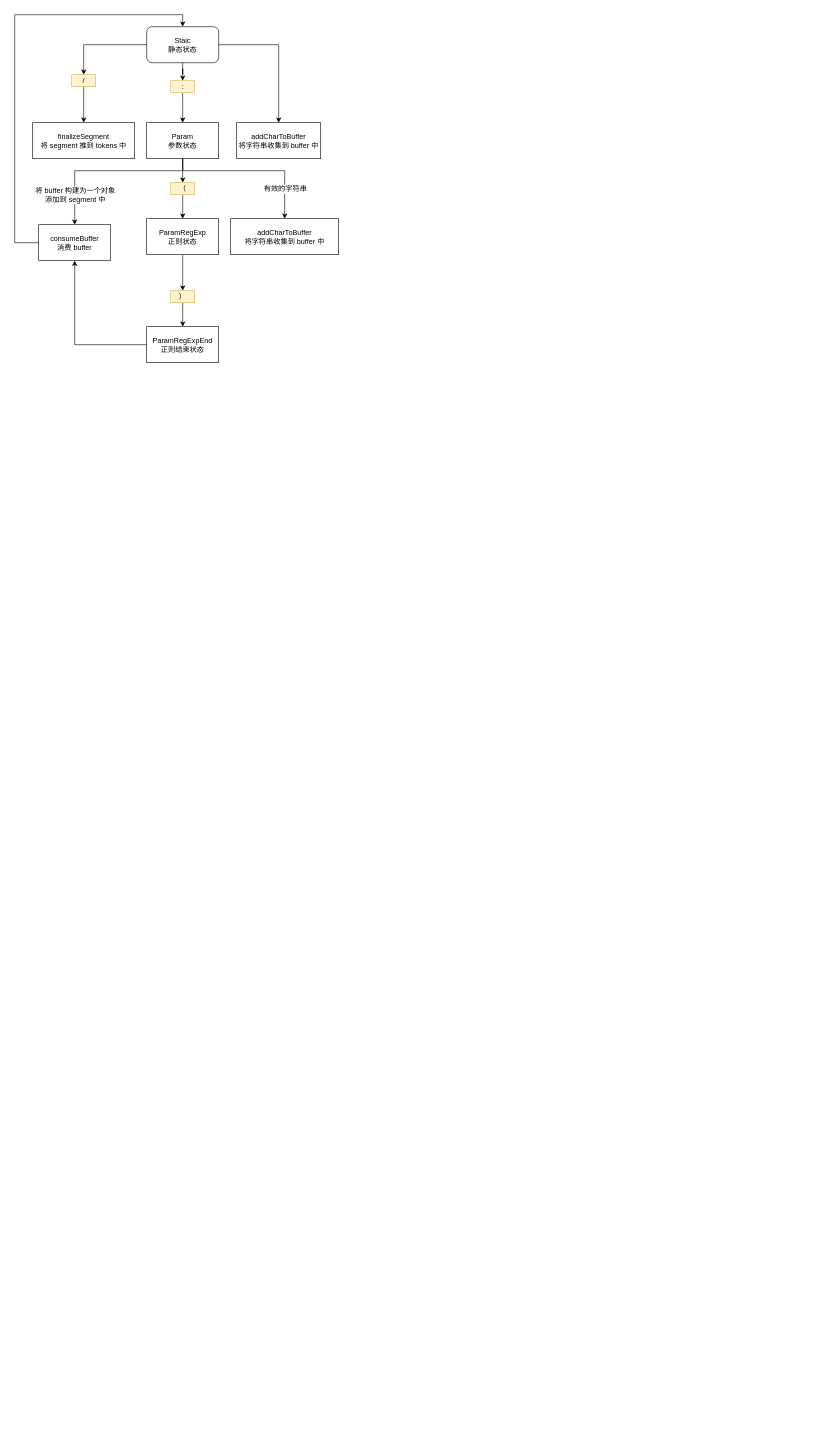
coder-guanxy/blog keeps this draw.io diagram as src/vue/router/router.drawio. Above is the earlier version. Source tidied: cells renumbered, new cells numbered last; positions are measured from the earlier drawing's top-left corner, leaving out a move shared by most shapes. Both pictures are drawn from the tidied source at 60%, with x=0, y=0 at pixel (14, 14).
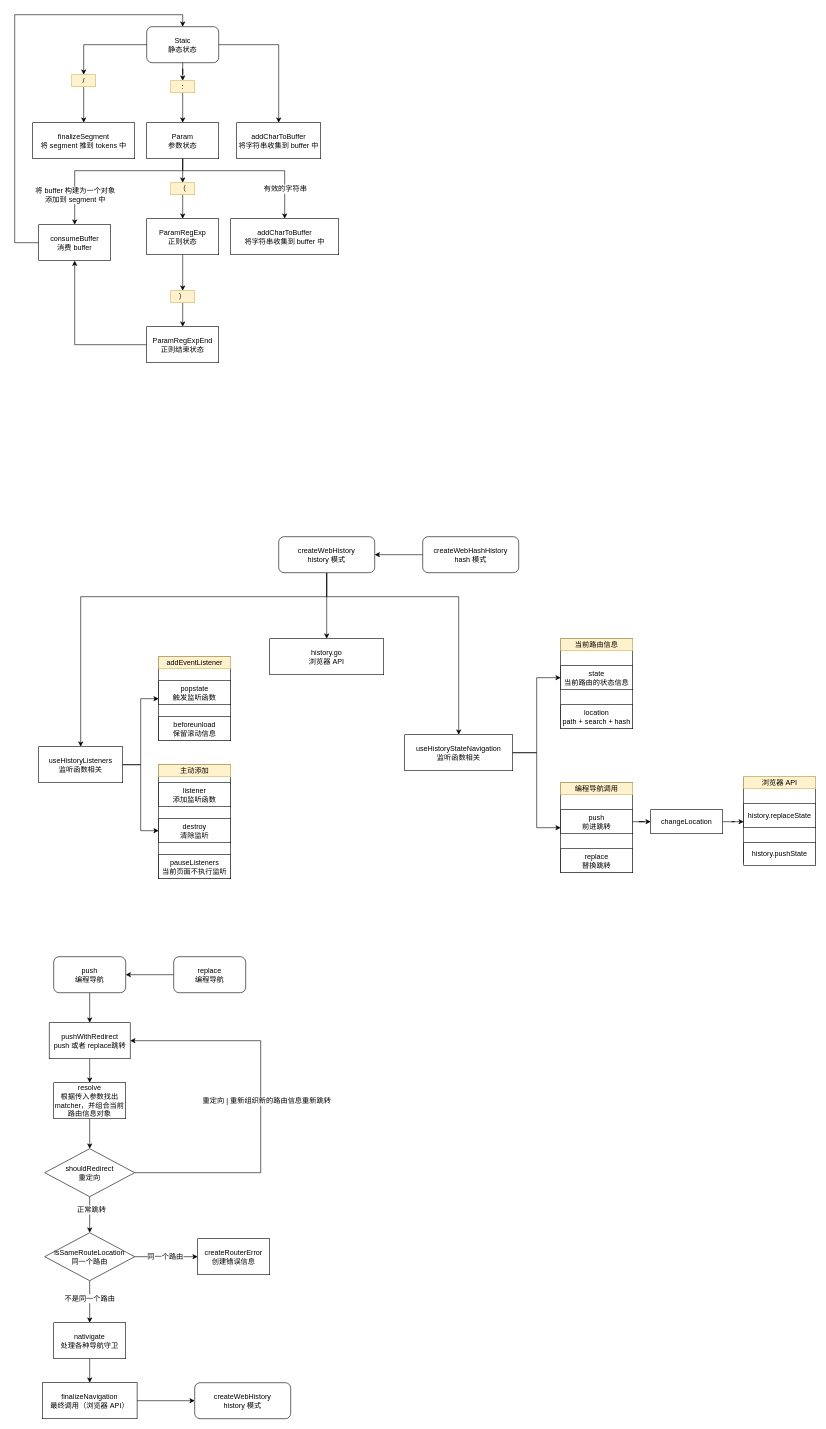
The same page after the edit.

Commit message (it also covers changes not shown here):
feat: vue router navigate

The edit, as a diff of the source:
```diff
@@
+    <mxCell id="29" style="edgeStyle=orthogonalEdgeStyle;rounded=0;jettySize=auto;html=1;" parent="1" edge="1" target="36">
+      <mxGeometry relative="1" as="geometry">
+        <mxPoint x="520" y="930" as="sourcePoint" />
+        <Array as="points">
+          <mxPoint x="520" y="970" />
+          <mxPoint x="110" y="970" />
+        </Array>
+      </mxGeometry>
+    </mxCell>
+    <mxCell id="30" style="edgeStyle=orthogonalEdgeStyle;rounded=0;jettySize=auto;html=1;" parent="1" edge="1" target="54">
+      <mxGeometry relative="1" as="geometry">
+        <mxPoint x="520" y="930" as="sourcePoint" />
+        <Array as="points">
+          <mxPoint x="520" y="970" />
+          <mxPoint x="740" y="970" />
+        </Array>
+      </mxGeometry>
+    </mxCell>
+    <mxCell id="31" style="edgeStyle=orthogonalEdgeStyle;rounded=0;jettySize=auto;html=1;" parent="1" edge="1" source="32" target="73">
+      <mxGeometry relative="1" as="geometry" />
+    </mxCell>
+    <mxCell id="32" value="createWebHistory&lt;br&gt;history 模式" style="rounded=1;whiteSpace=wrap;html=1;" parent="1" vertex="1">
+      <mxGeometry x="440" y="870" width="160" height="60" as="geometry" />
+    </mxCell>
+    <mxCell id="33" style="edgeStyle=orthogonalEdgeStyle;rounded=0;jettySize=auto;html=1;entryX=1;entryY=0.5;entryDx=0;entryDy=0;" parent="1" edge="1" source="34" target="32">
+      <mxGeometry relative="1" as="geometry" />
+    </mxCell>
+    <mxCell id="34" value="createWebHashHistory&lt;br&gt;hash 模式" style="rounded=1;whiteSpace=wrap;html=1;" parent="1" vertex="1">
+      <mxGeometry x="680" y="870" width="160" height="60" as="geometry" />
+    </mxCell>
+    <mxCell id="35" style="group;" parent="1" vertex="1">
+      <mxGeometry x="40" y="1070" width="320" height="370" as="geometry" />
+    </mxCell>
+    <mxCell id="36" value="useHistoryListeners&lt;br&gt;监听函数相关" style="rounded=0;whiteSpace=wrap;html=1;" parent="35" vertex="1">
+      <mxGeometry y="150" width="140" height="60" as="geometry" />
+    </mxCell>
+    <mxCell id="37" style="group;" parent="35" vertex="1">
+      <mxGeometry x="200" width="120" height="140" as="geometry" />
+    </mxCell>
+    <mxCell id="38" style="rounded=0;whiteSpace=wrap;html=1;" parent="37" vertex="1">
+      <mxGeometry width="120" height="140" as="geometry" />
+    </mxCell>
+    <mxCell id="39" value="popstate&lt;br&gt;触发监听函数" style="rounded=0;whiteSpace=wrap;html=1;" parent="37" vertex="1">
+      <mxGeometry y="40" width="120" height="40" as="geometry" />
+    </mxCell>
+    <mxCell id="40" value="beforeunload&lt;br&gt;保留滚动信息" style="rounded=0;whiteSpace=wrap;html=1;" parent="37" vertex="1">
+      <mxGeometry y="100" width="120" height="40" as="geometry" />
+    </mxCell>
+    <mxCell id="41" value="addEventListener" style="text;html=1;strokeColor=#d6b656;fillColor=#fff2cc;align=center;verticalAlign=middle;whiteSpace=wrap;rounded=0;" parent="37" vertex="1">
+      <mxGeometry width="120" height="20" as="geometry" />
+    </mxCell>
+    <mxCell id="42" style="edgeStyle=orthogonalEdgeStyle;rounded=0;jettySize=auto;html=1;entryX=0;entryY=0.75;entryDx=0;entryDy=0;" parent="35" edge="1" source="36" target="39">
+      <mxGeometry relative="1" as="geometry" />
+    </mxCell>
+    <mxCell id="43" style="group;" parent="35" vertex="1">
+      <mxGeometry x="200" y="180" width="120" height="190" as="geometry" />
+    </mxCell>
+    <mxCell id="44" style="rounded=0;whiteSpace=wrap;html=1;" parent="43" vertex="1">
+      <mxGeometry width="120" height="190" as="geometry" />
+    </mxCell>
+    <mxCell id="45" value="listener&lt;br&gt;添加监听函数" style="rounded=0;whiteSpace=wrap;html=1;" parent="43" vertex="1">
+      <mxGeometry y="30" width="120" height="40" as="geometry" />
+    </mxCell>
+    <mxCell id="46" value="destroy&lt;br&gt;清除监听" style="rounded=0;whiteSpace=wrap;html=1;" parent="43" vertex="1">
+      <mxGeometry y="90" width="120" height="40" as="geometry" />
+    </mxCell>
+    <mxCell id="47" value="pauseListeners&lt;br&gt;当前页面不执行监听" style="rounded=0;whiteSpace=wrap;html=1;" parent="43" vertex="1">
+      <mxGeometry y="150" width="120" height="40" as="geometry" />
+    </mxCell>
+    <mxCell id="48" value="主动添加" style="text;html=1;strokeColor=#d6b656;fillColor=#fff2cc;align=center;verticalAlign=middle;whiteSpace=wrap;rounded=0;" parent="43" vertex="1">
+      <mxGeometry width="120" height="20" as="geometry" />
+    </mxCell>
+    <mxCell id="49" style="edgeStyle=orthogonalEdgeStyle;rounded=0;jettySize=auto;html=1;entryX=0;entryY=0.5;entryDx=0;entryDy=0;" parent="35" edge="1" source="36" target="46">
+      <mxGeometry relative="1" as="geometry" />
+    </mxCell>
+    <mxCell id="50" style="group;" parent="1" vertex="1">
+      <mxGeometry x="650" y="1040" width="685" height="390" as="geometry" />
+    </mxCell>
+    <mxCell id="51" style="group;" parent="50" vertex="1">
+      <mxGeometry width="685" height="390" as="geometry" />
+    </mxCell>
+    <mxCell id="52" style="rounded=0;whiteSpace=wrap;html=1;" parent="51" vertex="1">
+      <mxGeometry x="565" y="230.5" width="120" height="143" as="geometry" />
+    </mxCell>
+    <mxCell id="53" style="group;" parent="51" vertex="1">
+      <mxGeometry width="380" height="390" as="geometry" />
+    </mxCell>
+    <mxCell id="54" value="useHistoryStateNavigation&lt;br&gt;监听函数相关" style="rounded=0;whiteSpace=wrap;html=1;" parent="53" vertex="1">
+      <mxGeometry y="160" width="180" height="60" as="geometry" />
+    </mxCell>
+    <mxCell id="55" style="group;" parent="53" vertex="1">
+      <mxGeometry x="260" y="240" width="120" height="150" as="geometry" />
+    </mxCell>
+    <mxCell id="56" style="rounded=0;whiteSpace=wrap;html=1;" parent="55" vertex="1">
+      <mxGeometry width="120" height="150" as="geometry" />
+    </mxCell>
+    <mxCell id="57" value="push&lt;br&gt;前进跳转" style="rounded=0;whiteSpace=wrap;html=1;" parent="55" vertex="1">
+      <mxGeometry y="45" width="120" height="40" as="geometry" />
+    </mxCell>
+    <mxCell id="58" value="replace&lt;br&gt;替换跳转" style="rounded=0;whiteSpace=wrap;html=1;" parent="55" vertex="1">
+      <mxGeometry y="110" width="120" height="40" as="geometry" />
+    </mxCell>
+    <mxCell id="59" value="编程导航调用" style="text;html=1;strokeColor=#d6b656;fillColor=#fff2cc;align=center;verticalAlign=middle;whiteSpace=wrap;rounded=0;" parent="55" vertex="1">
+      <mxGeometry width="120" height="20" as="geometry" />
+    </mxCell>
+    <mxCell id="60" style="edgeStyle=orthogonalEdgeStyle;rounded=0;jettySize=auto;html=1;entryX=0;entryY=0.75;entryDx=0;entryDy=0;" parent="53" edge="1" source="54" target="57">
+      <mxGeometry relative="1" as="geometry" />
+    </mxCell>
+    <mxCell id="61" style="group;" parent="53" vertex="1">
+      <mxGeometry x="260" width="120" height="150" as="geometry" />
+    </mxCell>
+    <mxCell id="62" style="rounded=0;whiteSpace=wrap;html=1;" parent="61" vertex="1">
+      <mxGeometry width="120" height="150" as="geometry" />
+    </mxCell>
+    <mxCell id="63" value="state&lt;br&gt;当前路由的状态信息" style="rounded=0;whiteSpace=wrap;html=1;" parent="61" vertex="1">
+      <mxGeometry y="45" width="120" height="40" as="geometry" />
+    </mxCell>
+    <mxCell id="64" value="location&lt;br&gt;path + search + hash" style="rounded=0;whiteSpace=wrap;html=1;" parent="61" vertex="1">
+      <mxGeometry y="110" width="120" height="40" as="geometry" />
+    </mxCell>
+    <mxCell id="65" value="当前路由信息" style="text;html=1;strokeColor=#d6b656;fillColor=#fff2cc;align=center;verticalAlign=middle;whiteSpace=wrap;rounded=0;" parent="61" vertex="1">
+      <mxGeometry width="120" height="20" as="geometry" />
+    </mxCell>
+    <mxCell id="66" style="edgeStyle=orthogonalEdgeStyle;rounded=0;jettySize=auto;html=1;entryX=0;entryY=0.5;entryDx=0;entryDy=0;" parent="53" edge="1" source="54" target="63">
+      <mxGeometry relative="1" as="geometry" />
+    </mxCell>
+    <mxCell id="67" value="changeLocation" style="rounded=0;whiteSpace=wrap;html=1;" parent="51" vertex="1">
+      <mxGeometry x="410" y="285" width="120" height="40" as="geometry" />
+    </mxCell>
+    <mxCell id="68" value="history.replaceState" style="rounded=0;whiteSpace=wrap;html=1;" parent="51" vertex="1">
+      <mxGeometry x="565" y="275" width="120" height="40" as="geometry" />
+    </mxCell>
+    <mxCell id="69" value="history.pushState" style="rounded=0;whiteSpace=wrap;html=1;" parent="51" vertex="1">
+      <mxGeometry x="565" y="340" width="120" height="38" as="geometry" />
+    </mxCell>
+    <mxCell id="70" style="edgeStyle=orthogonalEdgeStyle;rounded=0;jettySize=auto;html=1;entryX=0;entryY=0.75;entryDx=0;entryDy=0;" parent="51" edge="1" source="67" target="68">
+      <mxGeometry relative="1" as="geometry" />
+    </mxCell>
+    <mxCell id="71" style="edgeStyle=orthogonalEdgeStyle;rounded=0;jettySize=auto;html=1;" parent="51" edge="1" source="57" target="67">
+      <mxGeometry relative="1" as="geometry" />
+    </mxCell>
+    <mxCell id="72" value="浏览器 API" style="text;html=1;strokeColor=#d6b656;fillColor=#fff2cc;align=center;verticalAlign=middle;whiteSpace=wrap;rounded=0;" parent="51" vertex="1">
+      <mxGeometry x="565" y="230" width="120" height="20" as="geometry" />
+    </mxCell>
+    <mxCell id="73" value="history.go&lt;br&gt;浏览器 API" style="rounded=0;whiteSpace=wrap;html=1;" parent="1" vertex="1">
+      <mxGeometry x="425" y="1040" width="190" height="60" as="geometry" />
+    </mxCell>
+    <mxCell id="74" style="edgeStyle=orthogonalEdgeStyle;rounded=0;jettySize=auto;html=1;" parent="1" edge="1" source="75" target="79">
+      <mxGeometry relative="1" as="geometry" />
+    </mxCell>
+    <mxCell id="75" value="push&lt;br&gt;编程导航" style="rounded=1;whiteSpace=wrap;html=1;" parent="1" vertex="1">
+      <mxGeometry x="65" y="1570" width="120" height="60" as="geometry" />
+    </mxCell>
+    <mxCell id="76" style="edgeStyle=orthogonalEdgeStyle;rounded=0;jettySize=auto;html=1;" parent="1" edge="1" source="77" target="75">
+      <mxGeometry relative="1" as="geometry" />
+    </mxCell>
+    <mxCell id="77" value="replace&lt;br&gt;编程导航" style="rounded=1;whiteSpace=wrap;html=1;" parent="1" vertex="1">
+      <mxGeometry x="265" y="1570" width="120" height="60" as="geometry" />
+    </mxCell>
+    <mxCell id="78" style="edgeStyle=orthogonalEdgeStyle;rounded=0;jettySize=auto;html=1;entryX=0.5;entryY=0;entryDx=0;entryDy=0;" parent="1" edge="1" source="79" target="81">
+      <mxGeometry relative="1" as="geometry" />
+    </mxCell>
+    <mxCell id="79" value="pushWithRedirect&lt;br&gt;push 或者 replace跳转" style="rounded=0;whiteSpace=wrap;html=1;" parent="1" vertex="1">
+      <mxGeometry x="57.5" y="1680" width="135" height="60" as="geometry" />
+    </mxCell>
+    <mxCell id="80" style="edgeStyle=orthogonalEdgeStyle;rounded=0;jettySize=auto;html=1;" parent="1" edge="1" source="81" target="86">
+      <mxGeometry relative="1" as="geometry" />
+    </mxCell>
+    <mxCell id="81" value="resolve&lt;br&gt;根据传入参数找出 matcher，并组合当前路由信息对象" style="rounded=0;whiteSpace=wrap;html=1;" parent="1" vertex="1">
+      <mxGeometry x="65" y="1780" width="120" height="60" as="geometry" />
+    </mxCell>
+    <mxCell id="82" style="edgeStyle=orthogonalEdgeStyle;rounded=0;jettySize=auto;html=1;entryX=1;entryY=0.5;entryDx=0;entryDy=0;" parent="1" edge="1" source="86" target="79">
+      <mxGeometry relative="1" as="geometry">
+        <Array as="points">
+          <mxPoint x="410" y="1930" />
+          <mxPoint x="410" y="1710" />
+        </Array>
+      </mxGeometry>
+    </mxCell>
+    <mxCell id="83" value="重定向 | 重新组织新的路由信息重新跳转" style="text;html=1;align=center;verticalAlign=middle;labelBackgroundColor=#ffffff;" parent="82" vertex="1">
+      <mxGeometry x="-0.81" y="1" relative="1" as="geometry">
+        <mxPoint x="157" y="-119" as="offset" />
+      </mxGeometry>
+    </mxCell>
+    <mxCell id="84" style="edgeStyle=orthogonalEdgeStyle;rounded=0;jettySize=auto;html=1;" parent="1" edge="1" source="86" target="91">
+      <mxGeometry relative="1" as="geometry" />
+    </mxCell>
+    <mxCell id="85" value="正常跳转" style="text;html=1;align=center;verticalAlign=middle;labelBackgroundColor=#ffffff;" parent="84" vertex="1">
+      <mxGeometry x="-0.31" y="2" relative="1" as="geometry" />
+    </mxCell>
+    <mxCell id="86" value="shouldRedirect&lt;br&gt;重定向" style="rhombus;whiteSpace=wrap;html=1;" parent="1" vertex="1">
+      <mxGeometry x="50" y="1890" width="150" height="80" as="geometry" />
+    </mxCell>
+    <mxCell id="87" style="edgeStyle=orthogonalEdgeStyle;rounded=0;jettySize=auto;html=1;entryX=0;entryY=0.5;entryDx=0;entryDy=0;" parent="1" edge="1" source="91" target="92">
+      <mxGeometry relative="1" as="geometry" />
+    </mxCell>
+    <mxCell id="88" value="同一个路由" style="text;html=1;align=center;verticalAlign=middle;labelBackgroundColor=#ffffff;" parent="87" vertex="1">
+      <mxGeometry x="-0.3" y="-1" relative="1" as="geometry">
+        <mxPoint x="13" y="-1" as="offset" />
+      </mxGeometry>
+    </mxCell>
+    <mxCell id="89" style="edgeStyle=orthogonalEdgeStyle;rounded=0;jettySize=auto;html=1;" parent="1" edge="1" source="91" target="94">
+      <mxGeometry relative="1" as="geometry" />
+    </mxCell>
+    <mxCell id="90" value="不是同一个路由" style="text;html=1;align=center;verticalAlign=middle;labelBackgroundColor=#ffffff;" parent="89" vertex="1">
+      <mxGeometry x="-0.17" y="-1" relative="1" as="geometry" />
+    </mxCell>
+    <mxCell id="91" value="isSameRouteLocation&lt;br&gt;同一个路由" style="rhombus;whiteSpace=wrap;html=1;" parent="1" vertex="1">
+      <mxGeometry x="50" y="2030" width="150" height="80" as="geometry" />
+    </mxCell>
+    <mxCell id="92" value="createRouterError&lt;br&gt;创建错误信息" style="rounded=0;whiteSpace=wrap;html=1;" parent="1" vertex="1">
+      <mxGeometry x="305" y="2040" width="120" height="60" as="geometry" />
+    </mxCell>
+    <mxCell id="93" style="edgeStyle=orthogonalEdgeStyle;rounded=0;jettySize=auto;html=1;" parent="1" edge="1" source="94" target="96">
+      <mxGeometry relative="1" as="geometry" />
+    </mxCell>
+    <mxCell id="94" value="nativigate&lt;br&gt;处理各种导航守卫" style="rounded=0;whiteSpace=wrap;html=1;" parent="1" vertex="1">
+      <mxGeometry x="65" y="2180" width="120" height="60" as="geometry" />
+    </mxCell>
+    <mxCell id="95" style="edgeStyle=orthogonalEdgeStyle;rounded=0;jettySize=auto;html=1;entryX=0;entryY=0.5;entryDx=0;entryDy=0;" parent="1" edge="1" source="96" target="97">
+      <mxGeometry relative="1" as="geometry" />
+    </mxCell>
+    <mxCell id="96" value="finalizeNavigation&lt;br&gt;最终调用（浏览器 API）" style="rounded=0;whiteSpace=wrap;html=1;" parent="1" vertex="1">
+      <mxGeometry x="46" y="2280" width="158" height="60" as="geometry" />
+    </mxCell>
+    <mxCell id="97" value="createWebHistory&lt;br&gt;history 模式" style="rounded=1;whiteSpace=wrap;html=1;" parent="1" vertex="1">
+      <mxGeometry x="300" y="2280" width="160" height="60" as="geometry" />
+    </mxCell>
```
